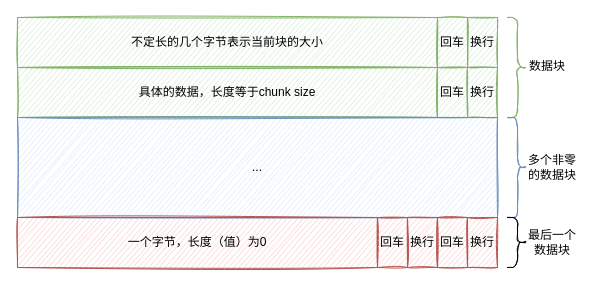
Earlier version of the draw.io diagram ck http chunk data.drawio (leonce28/draw-io-img). Source tidied: cells renumbered, new cells numbered last; positions are measured from the earlier drawing's top-left corner, leaving out a move shared by most shapes. Both pictures are drawn from the tidied source at 100%, with x=0, y=0 at pixel (17, 17).
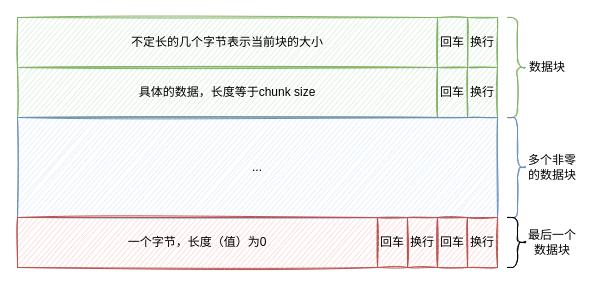
The same page after the edit.

Diff of the diagram source:
```diff
@@
 <mxGraphModel>
   <root>
     <mxCell id="0" />
     <mxCell id="1" parent="0" />
     <mxCell id="2" value="不定长的几个字节表示当前块的大小" style="rounded=0;whiteSpace=wrap;html=1;fillStyle=auto;fillColor=#d5e8d4;gradientDirection=north;sketch=1;strokeColor=#82b366;" parent="1" vertex="1">
       <mxGeometry width="420" height="50" as="geometry" />
     </mxCell>
     <mxCell id="3" value="具体的数据，长度等于chunk size" style="rounded=0;whiteSpace=wrap;html=1;fillStyle=auto;fillColor=#d5e8d4;gradientDirection=north;sketch=1;strokeColor=#82b366;" parent="1" vertex="1">
       <mxGeometry y="50" width="420" height="50" as="geometry" />
     </mxCell>
     <mxCell id="4" value="回车" style="rounded=0;whiteSpace=wrap;html=1;fillStyle=auto;fillColor=#d5e8d4;gradientDirection=north;sketch=1;strokeColor=#82b366;" parent="1" vertex="1">
       <mxGeometry x="420" y="50" width="30" height="50" as="geometry" />
     </mxCell>
     <mxCell id="5" value="换行" style="rounded=0;whiteSpace=wrap;html=1;fillStyle=auto;fillColor=#d5e8d4;gradientDirection=north;sketch=1;strokeColor=#82b366;" parent="1" vertex="1">
       <mxGeometry x="450" y="50" width="30" height="50" as="geometry" />
     </mxCell>
     <mxCell id="6" value="..." style="rounded=0;whiteSpace=wrap;html=1;fillStyle=auto;fillColor=#dae8fc;gradientDirection=north;sketch=1;strokeColor=#6c8ebf;" parent="1" vertex="1">
       <mxGeometry y="100" width="480" height="100" as="geometry" />
     </mxCell>
     <mxCell id="7" value="回车" style="rounded=0;whiteSpace=wrap;html=1;fillStyle=auto;fillColor=#d5e8d4;gradientDirection=north;sketch=1;strokeColor=#82b366;" parent="1" vertex="1">
       <mxGeometry x="420" width="30" height="50" as="geometry" />
     </mxCell>
     <mxCell id="8" value="换行" style="rounded=0;whiteSpace=wrap;html=1;fillStyle=auto;fillColor=#d5e8d4;gradientDirection=north;sketch=1;strokeColor=#82b366;" parent="1" vertex="1">
       <mxGeometry x="450" width="30" height="50" as="geometry" />
     </mxCell>
     <mxCell id="9" value="一个字节，长度（值）为0" style="rounded=0;whiteSpace=wrap;html=1;fillStyle=auto;fillColor=#f8cecc;gradientDirection=north;sketch=1;strokeColor=#b85450;" parent="1" vertex="1">
       <mxGeometry y="200" width="360" height="50" as="geometry" />
     </mxCell>
     <mxCell id="10" value="回车" style="rounded=0;whiteSpace=wrap;html=1;fillStyle=auto;fillColor=#f8cecc;gradientDirection=north;sketch=1;strokeColor=#b85450;" parent="1" vertex="1">
       <mxGeometry x="420" y="200" width="30" height="50" as="geometry" />
     </mxCell>
     <mxCell id="11" value="换行" style="rounded=0;whiteSpace=wrap;html=1;fillStyle=auto;fillColor=#f8cecc;gradientDirection=north;sketch=1;strokeColor=#b85450;" parent="1" vertex="1">
       <mxGeometry x="450" y="200" width="30" height="50" as="geometry" />
     </mxCell>
     <mxCell id="12" value="回车" style="rounded=0;whiteSpace=wrap;html=1;fillStyle=auto;fillColor=#f8cecc;gradientDirection=north;sketch=1;strokeColor=#b85450;" parent="1" vertex="1">
       <mxGeometry x="360" y="200" width="30" height="50" as="geometry" />
     </mxCell>
     <mxCell id="13" value="换行" style="rounded=0;whiteSpace=wrap;html=1;fillStyle=auto;fillColor=#f8cecc;gradientDirection=north;sketch=1;strokeColor=#b85450;" parent="1" vertex="1">
       <mxGeometry x="390" y="200" width="30" height="50" as="geometry" />
     </mxCell>
     <mxCell id="14" style="shape=curlyBracket;whiteSpace=wrap;html=1;rounded=1;flipH=1;sketch=1;fillColor=#d5e8d4;strokeColor=#82b366;" parent="1" vertex="1">
       <mxGeometry x="490" width="20" height="100" as="geometry" />
     </mxCell>
-    <mxCell id="15" value="数据块" style="text;html=1;strokeColor=none;fillColor=none;align=center;verticalAlign=middle;whiteSpace=wrap;rounded=0;sketch=1;fontFamily=Comic Sans MS;" parent="1" vertex="1">
+    <mxCell id="15" value="数据块" style="text;html=1;strokeColor=none;fillColor=none;align=center;verticalAlign=middle;whiteSpace=wrap;rounded=0;sketch=1;fontFamily=Helvetica;" parent="1" vertex="1">
       <mxGeometry x="510" y="35" width="40" height="30" as="geometry" />
     </mxCell>
     <mxCell id="16" style="shape=curlyBracket;whiteSpace=wrap;html=1;rounded=1;flipH=1;sketch=1;fillColor=#dae8fc;strokeColor=#6c8ebf;" parent="1" vertex="1">
       <mxGeometry x="490" y="100" width="20" height="100" as="geometry" />
     </mxCell>
     <mxCell id="17" value="多个非零&lt;br&gt;的数据块" style="text;html=1;strokeColor=none;fillColor=none;align=center;verticalAlign=middle;whiteSpace=wrap;rounded=0;sketch=1;" parent="1" vertex="1">
       <mxGeometry x="510" y="135" width="50" height="30" as="geometry" />
     </mxCell>
     <mxCell id="18" style="shape=curlyBracket;whiteSpace=wrap;html=1;rounded=1;flipH=1;sketch=1;fillColor=default;gradientColor=none;" parent="1" vertex="1">
       <mxGeometry x="490" y="200" width="20" height="50" as="geometry" />
     </mxCell>
     <mxCell id="19" value="最后一个&lt;br&gt;数据块" style="text;html=1;strokeColor=none;fillColor=none;align=center;verticalAlign=middle;whiteSpace=wrap;rounded=0;sketch=1;" parent="1" vertex="1">
       <mxGeometry x="505" y="210" width="60" height="30" as="geometry" />
     </mxCell>
   </root>
 </mxGraphModel>
```
